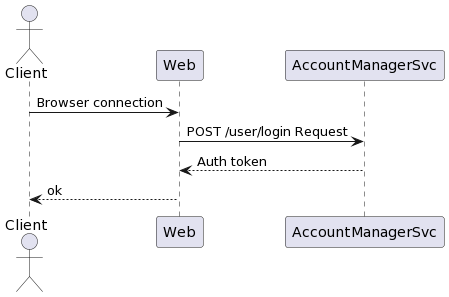
The PlantUML diagram img/user_login_seq.png in Vanaeque/architecture_project, before a commit. Source of this version:
```plantuml
@startuml
actor Client
participant Web
participant AccountManagerSvc

Client -> Web: Browser connection
Web -> AccountManagerSvc: POST /user/login Request
Web <-- AccountManagerSvc: Auth token
Client <-- Web: ok
@enduml
```
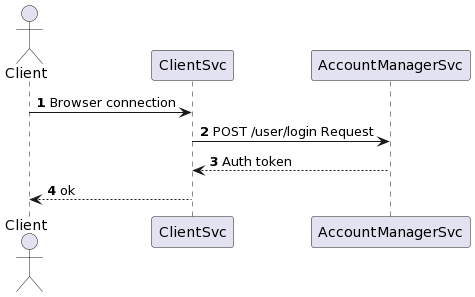
Later version of the same file.

The edit, as a diff of the source:
```diff
@@ -1,10 +1,10 @@
 @startuml
 actor Client
-participant Web
+participant ClientSvc
 participant AccountManagerSvc
 
-Client -> Web: Browser connection
-Web -> AccountManagerSvc: POST /user/login Request
-Web <-- AccountManagerSvc: Auth token
-Client <-- Web: ok
+Client -> ClientSvc: **1** Browser connection
+ClientSvc -> AccountManagerSvc: **2** POST /user/login Request
+ClientSvc <-- AccountManagerSvc: **3** Auth token
+Client <-- ClientSvc: **4** ok
 @enduml
```
